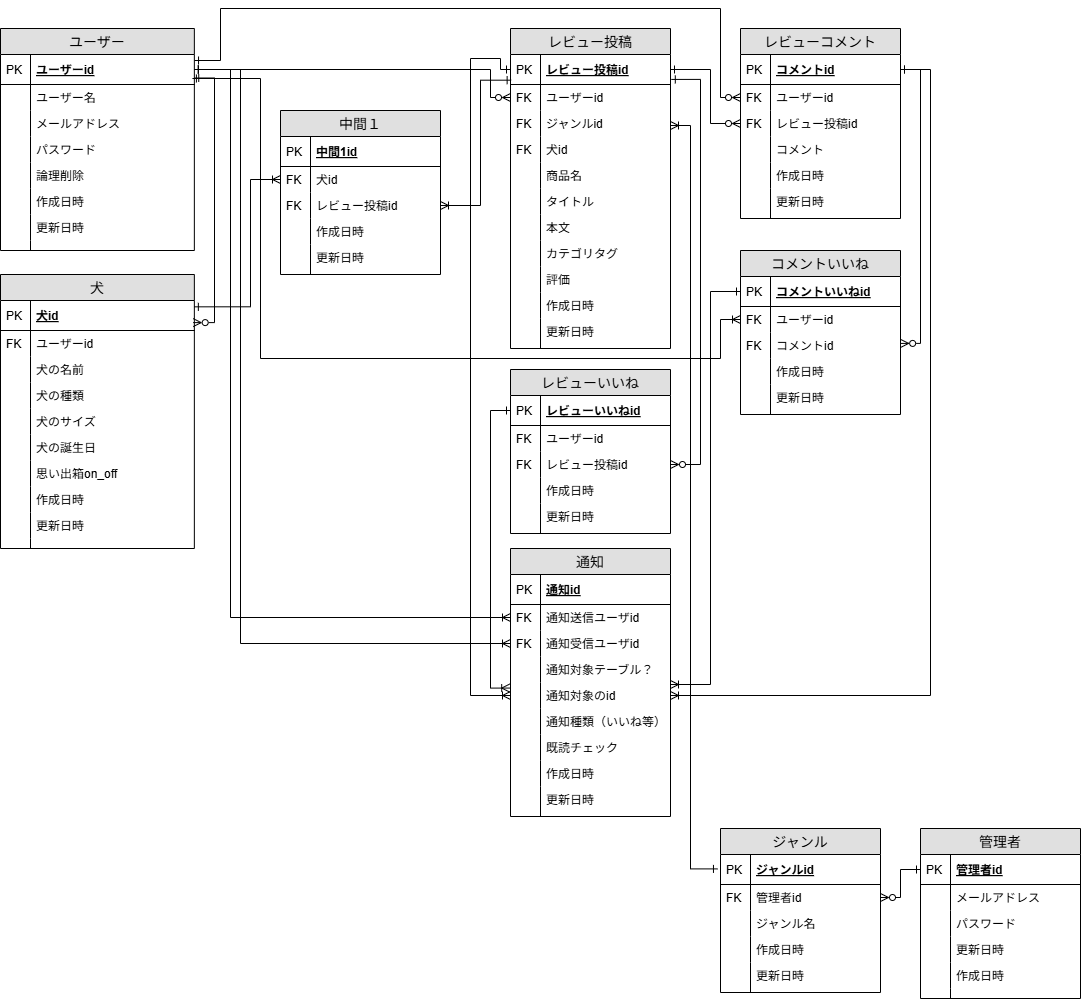
Earlier version of the draw.io export doc/er.png (y-sakurai-code/best_paw). Source tidied: cells renumbered, new cells last; positions are measured from the earlier drawing's top-left corner, leaving out a move shared by most shapes.
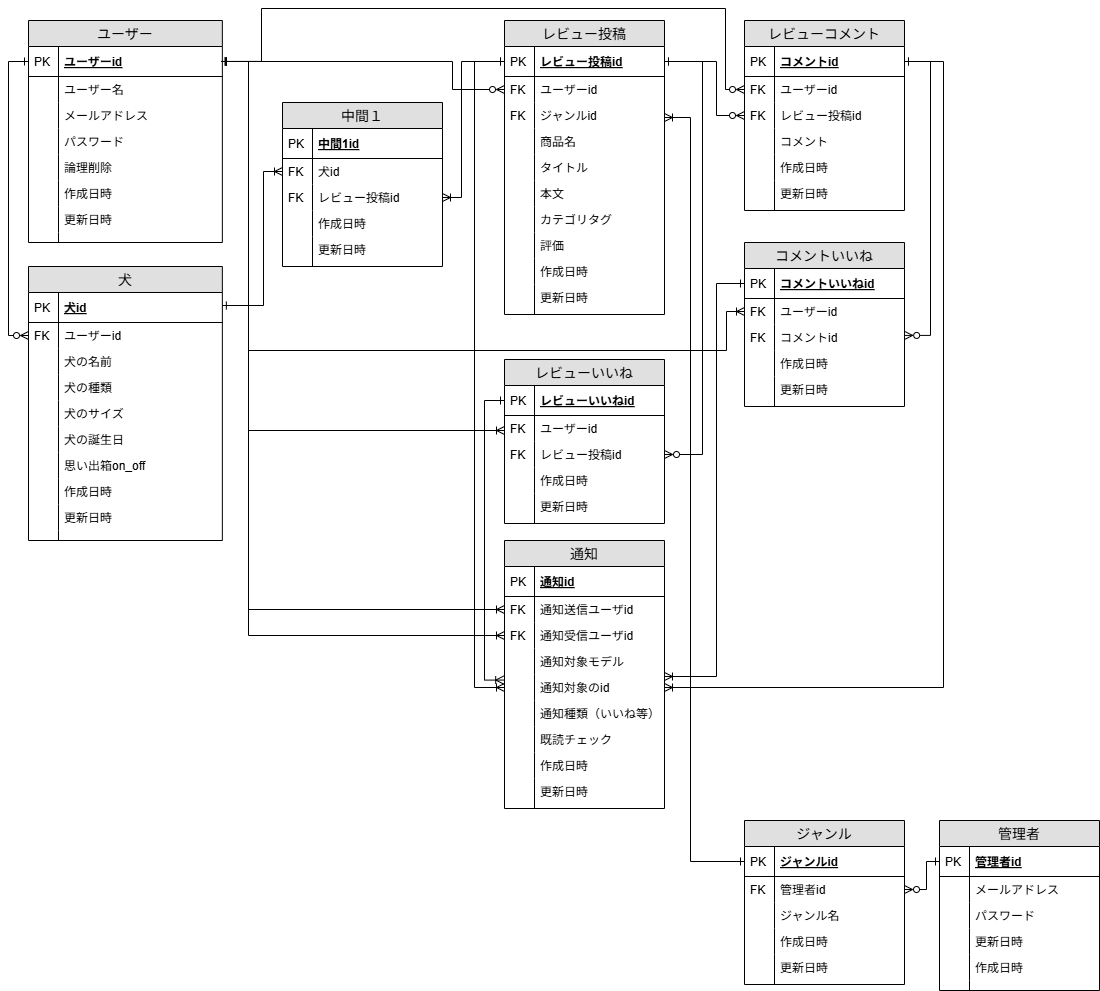
After the change.

Commit message:
4thデプロイ+テスト完了

Change to the diagram source:
```diff
@@ -56,3 +56,3 @@
     <mxCell id="19" value="レビュー投稿" style="swimlane;fontStyle=0;horizontal=1;startSize=26;fillColor=#e0e0e0;swimlaneFillColor=#ffffff;align=center;fontSize=14;" parent="1" vertex="1">
-      <mxGeometry x="510" y="20" width="160" height="320" as="geometry" />
+      <mxGeometry x="476" y="20" width="160" height="294" as="geometry" />
     </mxCell>
@@ -76,10 +76,4 @@
     </mxCell>
-    <mxCell id="26" value="犬id" style="shape=partialRectangle;top=0;left=0;right=0;bottom=0;align=left;verticalAlign=top;fillColor=none;spacingLeft=34;spacingRight=4;overflow=hidden;fontSize=12;fontColor=#000000;strokeColor=#000000;" parent="19" vertex="1">
-      <mxGeometry y="108" width="160" height="26" as="geometry" />
-    </mxCell>
-    <mxCell id="27" value="FK" style="shape=partialRectangle;top=0;left=0;bottom=0;fillColor=none;align=left;verticalAlign=top;spacingLeft=4;spacingRight=4;overflow=hidden;fontSize=12;" parent="26" vertex="1">
-      <mxGeometry width="30" height="26" as="geometry" />
-    </mxCell>
     <mxCell id="28" value="商品名" style="shape=partialRectangle;top=0;left=0;right=0;bottom=0;align=left;verticalAlign=top;fillColor=none;spacingLeft=34;spacingRight=4;overflow=hidden;fontSize=12;fontColor=#000000;" parent="19" vertex="1">
-      <mxGeometry y="134" width="160" height="26" as="geometry" />
+      <mxGeometry y="108" width="160" height="26" as="geometry" />
     </mxCell>
@@ -89,3 +83,3 @@
     <mxCell id="30" value="タイトル" style="shape=partialRectangle;top=0;left=0;right=0;bottom=0;align=left;verticalAlign=top;fillColor=none;spacingLeft=34;spacingRight=4;overflow=hidden;fontSize=12;fontColor=#000000;" parent="19" vertex="1">
-      <mxGeometry y="160" width="160" height="26" as="geometry" />
+      <mxGeometry y="134" width="160" height="26" as="geometry" />
     </mxCell>
@@ -95,3 +89,3 @@
     <mxCell id="32" value="本文&#10;" style="shape=partialRectangle;top=0;left=0;right=0;bottom=0;align=left;verticalAlign=top;fillColor=none;spacingLeft=34;spacingRight=4;overflow=hidden;fontSize=12;" parent="19" vertex="1">
-      <mxGeometry y="186" width="160" height="26" as="geometry" />
+      <mxGeometry y="160" width="160" height="26" as="geometry" />
     </mxCell>
@@ -101,3 +95,3 @@
     <mxCell id="34" value="カテゴリタグ" style="shape=partialRectangle;top=0;left=0;right=0;bottom=0;align=left;verticalAlign=top;fillColor=none;spacingLeft=34;spacingRight=4;overflow=hidden;fontSize=12;" parent="19" vertex="1">
-      <mxGeometry y="212" width="160" height="26" as="geometry" />
+      <mxGeometry y="186" width="160" height="26" as="geometry" />
     </mxCell>
@@ -107,3 +101,3 @@
     <mxCell id="36" value="評価" style="shape=partialRectangle;top=0;left=0;right=0;bottom=0;align=left;verticalAlign=top;fillColor=none;spacingLeft=34;spacingRight=4;overflow=hidden;fontSize=12;" parent="19" vertex="1">
-      <mxGeometry y="238" width="160" height="26" as="geometry" />
+      <mxGeometry y="212" width="160" height="26" as="geometry" />
     </mxCell>
@@ -113,3 +107,3 @@
     <mxCell id="38" value="作成日時" style="shape=partialRectangle;top=0;left=0;right=0;bottom=0;align=left;verticalAlign=top;fillColor=none;spacingLeft=34;spacingRight=4;overflow=hidden;fontSize=12;" parent="19" vertex="1">
-      <mxGeometry y="264" width="160" height="26" as="geometry" />
+      <mxGeometry y="238" width="160" height="26" as="geometry" />
     </mxCell>
@@ -119,3 +113,3 @@
     <mxCell id="40" value="更新日時" style="shape=partialRectangle;top=0;left=0;right=0;bottom=0;align=left;verticalAlign=top;fillColor=none;spacingLeft=34;spacingRight=4;overflow=hidden;fontSize=12;" parent="19" vertex="1">
-      <mxGeometry y="290" width="160" height="30" as="geometry" />
+      <mxGeometry y="264" width="160" height="30" as="geometry" />
     </mxCell>
@@ -125,3 +119,3 @@
     <mxCell id="42" value="管理者" style="swimlane;fontStyle=0;horizontal=1;startSize=26;fillColor=#e0e0e0;swimlaneFillColor=#ffffff;align=center;fontSize=14;" parent="1" vertex="1">
-      <mxGeometry x="920" y="820" width="160" height="170" as="geometry" />
+      <mxGeometry x="911" y="820" width="160" height="170" as="geometry" />
     </mxCell>
@@ -227,3 +221,3 @@
     <mxCell id="76" value="レビューコメント" style="swimlane;fontStyle=0;horizontal=1;startSize=26;fillColor=#e0e0e0;swimlaneFillColor=#ffffff;align=center;fontSize=14;" parent="1" vertex="1">
-      <mxGeometry x="740" y="20" width="160" height="190" as="geometry" />
+      <mxGeometry x="716" y="20" width="160" height="190" as="geometry" />
     </mxCell>
@@ -266,3 +260,3 @@
     <mxCell id="89" value="コメントいいね" style="swimlane;fontStyle=0;horizontal=1;startSize=26;fillColor=#e0e0e0;swimlaneFillColor=#ffffff;align=center;fontSize=14;" parent="1" vertex="1">
-      <mxGeometry x="740" y="242" width="160" height="164" as="geometry" />
+      <mxGeometry x="716" y="242" width="160" height="164" as="geometry" />
     </mxCell>
@@ -299,3 +293,3 @@
     <mxCell id="100" value="ジャンル" style="swimlane;fontStyle=0;horizontal=1;startSize=26;fillColor=#e0e0e0;swimlaneFillColor=#ffffff;align=center;fontSize=14;" parent="1" vertex="1">
-      <mxGeometry x="720" y="820" width="160" height="164" as="geometry" />
+      <mxGeometry x="716" y="820" width="160" height="164" as="geometry" />
     </mxCell>
@@ -334,4 +328,4 @@
         <Array as="points">
-          <mxPoint x="490" y="61" />
-          <mxPoint x="490" y="89" />
+          <mxPoint x="424" y="61" />
+          <mxPoint x="424" y="89" />
         </Array>
@@ -342,4 +336,4 @@
         <Array as="points">
-          <mxPoint x="710" y="61" />
-          <mxPoint x="710" y="115" />
+          <mxPoint x="688" y="61" />
+          <mxPoint x="688" y="115" />
         </Array>
@@ -347,7 +341,7 @@
     </mxCell>
-    <mxCell id="113" style="edgeStyle=orthogonalEdgeStyle;rounded=0;jettySize=auto;html=1;endArrow=ERone;endFill=0;startArrow=ERoneToMany;startFill=0;exitX=1;exitY=0.577;exitDx=0;exitDy=0;entryX=-0.019;entryY=0.48;entryDx=0;entryDy=0;entryPerimeter=0;exitPerimeter=0;" parent="1" edge="1" source="24" target="101">
+    <mxCell id="113" style="edgeStyle=orthogonalEdgeStyle;rounded=0;jettySize=auto;html=1;endArrow=ERone;endFill=0;startArrow=ERoneToMany;startFill=0;exitX=1;exitY=0.577;exitDx=0;exitDy=0;entryX=0;entryY=0.5;entryDx=0;entryDy=0;exitPerimeter=0;" parent="1" edge="1" source="24" target="101">
       <mxGeometry relative="1" as="geometry">
         <Array as="points">
-          <mxPoint x="690" y="117" />
-          <mxPoint x="690" y="860" />
+          <mxPoint x="662" y="117" />
+          <mxPoint x="662" y="861" />
         </Array>
@@ -355,7 +349,7 @@
     </mxCell>
-    <mxCell id="114" style="edgeStyle=orthogonalEdgeStyle;rounded=0;jettySize=auto;html=1;entryX=1.002;entryY=0.783;entryDx=0;entryDy=0;entryPerimeter=0;startArrow=ERzeroToMany;startFill=0;endArrow=ERone;endFill=0;exitX=0.994;exitY=0.737;exitDx=0;exitDy=0;exitPerimeter=0;" parent="1" edge="1" source="56" target="3">
+    <mxCell id="114" style="edgeStyle=orthogonalEdgeStyle;rounded=0;jettySize=auto;html=1;entryX=0;entryY=0.5;entryDx=0;entryDy=0;startArrow=ERzeroToMany;startFill=0;endArrow=ERone;endFill=0;exitX=0;exitY=0.5;exitDx=0;exitDy=0;" parent="1" edge="1" source="58" target="3">
       <mxGeometry relative="1" as="geometry">
         <Array as="points">
-          <mxPoint x="214" y="314" />
-          <mxPoint x="214" y="69" />
+          <mxPoint x="-20" y="335" />
+          <mxPoint x="-20" y="61" />
         </Array>
@@ -363,7 +357,7 @@
     </mxCell>
-    <mxCell id="115" style="edgeStyle=orthogonalEdgeStyle;rounded=0;jettySize=auto;html=1;exitX=1;exitY=0.5;exitDx=0;exitDy=0;entryX=1.005;entryY=0.831;entryDx=0;entryDy=0;entryPerimeter=0;endArrow=ERone;endFill=0;startArrow=ERzeroToMany;startFill=0;" parent="1" edge="1" source="121" target="20">
+    <mxCell id="115" style="edgeStyle=orthogonalEdgeStyle;rounded=0;jettySize=auto;html=1;exitX=1;exitY=0.5;exitDx=0;exitDy=0;entryX=1;entryY=0.5;entryDx=0;entryDy=0;endArrow=ERone;endFill=0;startArrow=ERzeroToMany;startFill=0;" parent="1" edge="1" source="121" target="20">
       <mxGeometry relative="1" as="geometry">
         <Array as="points">
-          <mxPoint x="700" y="456" />
-          <mxPoint x="700" y="71" />
+          <mxPoint x="674" y="454" />
+          <mxPoint x="674" y="61" />
         </Array>
@@ -372,3 +366,3 @@
     <mxCell id="116" value="レビューいいね" style="swimlane;fontStyle=0;horizontal=1;startSize=26;fillColor=#e0e0e0;swimlaneFillColor=#ffffff;align=center;fontSize=14;" parent="1" vertex="1">
-      <mxGeometry x="510" y="361" width="160" height="164" as="geometry" />
+      <mxGeometry x="476" y="359" width="160" height="164" as="geometry" />
     </mxCell>
@@ -404,9 +398,9 @@
     </mxCell>
-    <mxCell id="127" style="edgeStyle=orthogonalEdgeStyle;rounded=0;jettySize=auto;html=1;exitX=0;exitY=0.5;exitDx=0;exitDy=0;entryX=1.001;entryY=0.2;entryDx=0;entryDy=0;entryPerimeter=0;endArrow=ERone;endFill=0;startArrow=ERzeroToMany;startFill=0;" parent="1" edge="1" source="79" target="3">
+    <mxCell id="127" style="edgeStyle=orthogonalEdgeStyle;rounded=0;jettySize=auto;html=1;exitX=0;exitY=0.5;exitDx=0;exitDy=0;entryX=0.993;entryY=0.498;entryDx=0;entryDy=0;entryPerimeter=0;endArrow=ERone;endFill=0;startArrow=ERzeroToMany;startFill=0;" parent="1" edge="1" source="79" target="3">
       <mxGeometry relative="1" as="geometry">
         <Array as="points">
-          <mxPoint x="720" y="89" />
-          <mxPoint x="720" />
-          <mxPoint x="220" />
-          <mxPoint x="220" y="52" />
+          <mxPoint x="697" y="89" />
+          <mxPoint x="697" y="8" />
+          <mxPoint x="233" y="8" />
+          <mxPoint x="233" y="61" />
         </Array>
@@ -417,4 +411,4 @@
         <Array as="points">
-          <mxPoint x="900" y="889" />
-          <mxPoint x="900" y="861" />
+          <mxPoint x="898" y="889" />
+          <mxPoint x="898" y="861" />
         </Array>
@@ -425,4 +419,4 @@
         <Array as="points">
-          <mxPoint x="920" y="61" />
-          <mxPoint x="920" y="335" />
+          <mxPoint x="902" y="61" />
+          <mxPoint x="902" y="335" />
         </Array>
@@ -431,3 +425,3 @@
     <mxCell id="130" value="中間１" style="swimlane;fontStyle=0;horizontal=1;startSize=26;fillColor=#e0e0e0;swimlaneFillColor=#ffffff;align=center;fontSize=14;" parent="1" vertex="1">
-      <mxGeometry x="280" y="102" width="160" height="164" as="geometry" />
+      <mxGeometry x="254" y="102" width="160" height="164" as="geometry" />
     </mxCell>
@@ -464,3 +458,3 @@
     <mxCell id="141" value="通知" style="swimlane;fontStyle=0;horizontal=1;startSize=26;fillColor=#e0e0e0;swimlaneFillColor=#ffffff;align=center;fontSize=14;" parent="1" vertex="1">
-      <mxGeometry x="510" y="540" width="160" height="268" as="geometry" />
+      <mxGeometry x="476" y="540" width="160" height="268" as="geometry" />
     </mxCell>
@@ -484,3 +478,3 @@
     </mxCell>
-    <mxCell id="148" value="通知対象テーブル？" style="shape=partialRectangle;top=0;left=0;right=0;bottom=0;align=left;verticalAlign=top;fillColor=none;spacingLeft=34;spacingRight=4;overflow=hidden;fontSize=12;fontColor=#000000;" parent="141" vertex="1">
+    <mxCell id="148" value="通知対象モデル" style="shape=partialRectangle;top=0;left=0;right=0;bottom=0;align=left;verticalAlign=top;fillColor=none;spacingLeft=34;spacingRight=4;overflow=hidden;fontSize=12;fontColor=#000000;" parent="141" vertex="1">
       <mxGeometry y="108" width="160" height="26" as="geometry" />
@@ -523,4 +517,4 @@
         <Array as="points">
-          <mxPoint x="230" y="61" />
-          <mxPoint x="230" y="609" />
+          <mxPoint x="220" y="61" />
+          <mxPoint x="220" y="609" />
         </Array>
@@ -531,4 +525,4 @@
         <Array as="points">
-          <mxPoint x="240" y="61" />
-          <mxPoint x="240" y="635" />
+          <mxPoint x="220" y="61" />
+          <mxPoint x="220" y="635" />
         </Array>
@@ -539,6 +533,4 @@
         <Array as="points">
-          <mxPoint x="500" y="61" />
-          <mxPoint x="500" y="50" />
-          <mxPoint x="470" y="50" />
-          <mxPoint x="470" y="687" />
+          <mxPoint x="446" y="61" />
+          <mxPoint x="446" y="687" />
         </Array>
@@ -549,4 +541,4 @@
         <Array as="points">
-          <mxPoint x="930" y="61" />
-          <mxPoint x="930" y="687" />
+          <mxPoint x="915" y="61" />
+          <mxPoint x="915" y="687" />
         </Array>
@@ -557,4 +549,4 @@
         <Array as="points">
-          <mxPoint x="710" y="283" />
-          <mxPoint x="710" y="676" />
+          <mxPoint x="688" y="283" />
+          <mxPoint x="688" y="676" />
         </Array>
@@ -565,9 +557,9 @@
     </mxCell>
-    <mxCell id="166" style="edgeStyle=orthogonalEdgeStyle;rounded=0;jettySize=auto;html=1;exitX=0;exitY=0.5;exitDx=0;exitDy=0;entryX=0.99;entryY=0.8;entryDx=0;entryDy=0;entryPerimeter=0;endArrow=ERone;endFill=0;startArrow=ERoneToMany;startFill=0;" parent="1" edge="1" source="92" target="3">
+    <mxCell id="166" style="edgeStyle=orthogonalEdgeStyle;rounded=0;jettySize=auto;html=1;exitX=0;exitY=0.5;exitDx=0;exitDy=0;endArrow=ERone;endFill=0;startArrow=ERoneToMany;startFill=0;entryX=1;entryY=0.5;entryDx=0;entryDy=0;" parent="1" edge="1" source="92" target="3">
       <mxGeometry relative="1" as="geometry">
         <Array as="points">
-          <mxPoint x="720" y="311" />
-          <mxPoint x="720" y="350" />
-          <mxPoint x="260" y="350" />
-          <mxPoint x="260" y="70" />
+          <mxPoint x="698" y="311" />
+          <mxPoint x="698" y="350" />
+          <mxPoint x="220" y="350" />
+          <mxPoint x="220" y="61" />
         </Array>
@@ -575,7 +567,7 @@
     </mxCell>
-    <mxCell id="167" style="edgeStyle=orthogonalEdgeStyle;rounded=0;jettySize=auto;html=1;exitX=0;exitY=0.5;exitDx=0;exitDy=0;endArrow=ERone;endFill=0;startArrow=ERoneToMany;startFill=0;entryX=1;entryY=0.211;entryDx=0;entryDy=0;entryPerimeter=0;" parent="1" edge="1" source="133" target="56">
+    <mxCell id="167" style="edgeStyle=orthogonalEdgeStyle;rounded=0;jettySize=auto;html=1;exitX=0;exitY=0.5;exitDx=0;exitDy=0;endArrow=ERone;endFill=0;startArrow=ERoneToMany;startFill=0;" parent="1" edge="1" source="133" target="56">
       <mxGeometry relative="1" as="geometry">
         <Array as="points">
-          <mxPoint x="250" y="171" />
-          <mxPoint x="250" y="298" />
+          <mxPoint x="235" y="171" />
+          <mxPoint x="235" y="305" />
         </Array>
@@ -583,7 +575,7 @@
     </mxCell>
-    <mxCell id="168" style="edgeStyle=orthogonalEdgeStyle;rounded=0;jettySize=auto;html=1;exitX=1;exitY=0.5;exitDx=0;exitDy=0;entryX=0.004;entryY=0.856;entryDx=0;entryDy=0;entryPerimeter=0;endArrow=ERone;endFill=0;startArrow=ERoneToMany;startFill=0;" parent="1" edge="1" source="135" target="20">
+    <mxCell id="168" style="edgeStyle=orthogonalEdgeStyle;rounded=0;jettySize=auto;html=1;exitX=1;exitY=0.5;exitDx=0;exitDy=0;entryX=0;entryY=0.5;entryDx=0;entryDy=0;endArrow=ERone;endFill=0;startArrow=ERoneToMany;startFill=0;" parent="1" edge="1" source="135" target="20">
       <mxGeometry relative="1" as="geometry">
         <Array as="points">
-          <mxPoint x="480" y="197" />
-          <mxPoint x="480" y="72" />
+          <mxPoint x="433" y="197" />
+          <mxPoint x="433" y="61" />
         </Array>
@@ -591,2 +583,10 @@
     </mxCell>
+    <mxCell id="169" style="edgeStyle=orthogonalEdgeStyle;rounded=0;jettySize=auto;html=1;endArrow=ERone;endFill=0;startArrow=ERoneToMany;startFill=0;entryX=0.996;entryY=0.5;entryDx=0;entryDy=0;entryPerimeter=0;" parent="1" edge="1" source="119" target="3">
+      <mxGeometry relative="1" as="geometry">
+        <Array as="points">
+          <mxPoint x="220" y="430" />
+          <mxPoint x="220" y="61" />
+        </Array>
+      </mxGeometry>
+    </mxCell>
   </root>
```
